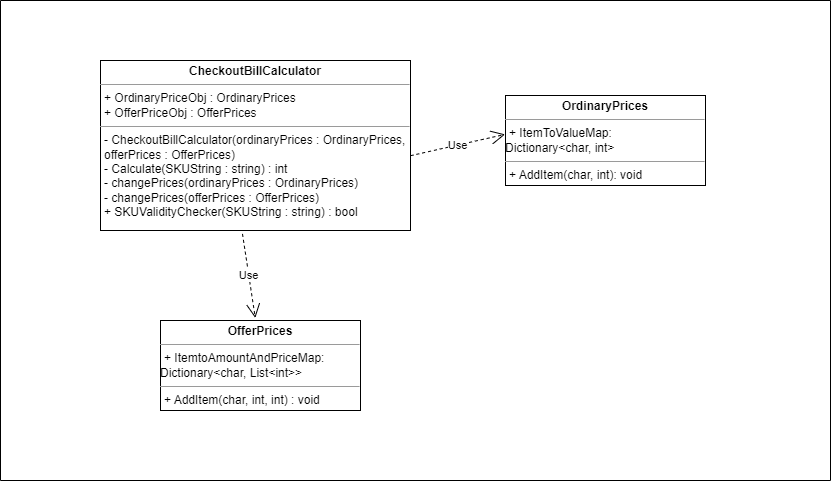
This is CheckoutSystemDesign.png from elementalneil/CheckoutSystem, a draw.io export, as it was before one commit. Source tidied: cells renumbered, new cells last; positions are measured from the earlier drawing's top-left corner, leaving out a move shared by most shapes. Its diagram source:
```xml
<mxGraphModel>
  <root>
    <mxCell id="0" />
    <mxCell id="1" parent="0" />
    <mxCell id="2" value="&lt;p style=&quot;margin:0px;margin-top:4px;text-align:center;&quot;&gt;&lt;b&gt;CheckoutBillCalculator&lt;/b&gt;&lt;/p&gt;&lt;hr size=&quot;1&quot;&gt;&lt;p style=&quot;margin:0px;margin-left:4px;&quot;&gt;+ OrdinaryPriceObj : OrdinaryPrices&lt;/p&gt;&lt;p style=&quot;margin:0px;margin-left:4px;&quot;&gt;+ OfferPriceObj : OfferPrices&lt;/p&gt;&lt;hr size=&quot;1&quot;&gt;&lt;p style=&quot;margin:0px;margin-left:4px;&quot;&gt;- CheckoutBillCalculator(ordinaryPrices : OrdinaryPrices, offerPrices : OfferPrices)&lt;/p&gt;&lt;p style=&quot;margin:0px;margin-left:4px;&quot;&gt;- Calculate(SKUString : string) : int&lt;/p&gt;&lt;p style=&quot;margin:0px;margin-left:4px;&quot;&gt;- changePrices(ordinaryPrices : OrdinaryPrices)&lt;/p&gt;&lt;p style=&quot;margin:0px;margin-left:4px;&quot;&gt;- changePrices(offerPrices : OfferPrices)&lt;/p&gt;&lt;p style=&quot;margin:0px;margin-left:4px;&quot;&gt;+ SKUValidityChecker(SKUString : string) : bool&lt;/p&gt;" style="verticalAlign=top;align=left;overflow=fill;fontSize=12;fontFamily=Helvetica;html=1;whiteSpace=wrap;" parent="1" vertex="1">
      <mxGeometry x="100" y="60" width="310" height="170" as="geometry" />
    </mxCell>
    <mxCell id="3" value="&lt;p style=&quot;margin:0px;margin-top:4px;text-align:center;&quot;&gt;&lt;b&gt;OrdinaryPrices&lt;/b&gt;&lt;/p&gt;&lt;hr size=&quot;1&quot;&gt;&lt;p style=&quot;border-color: var(--border-color); margin: 0px 0px 0px 4px;&quot;&gt;+ ItemToValueMap:&lt;/p&gt;Dictionary&amp;lt;char, int&amp;gt;&lt;p style=&quot;margin:0px;margin-left:4px;&quot;&gt;&lt;/p&gt;&lt;hr size=&quot;1&quot;&gt;&lt;p style=&quot;margin:0px;margin-left:4px;&quot;&gt;+ AddItem(char, int): void&lt;/p&gt;" style="verticalAlign=top;align=left;overflow=fill;fontSize=12;fontFamily=Helvetica;html=1;whiteSpace=wrap;" parent="1" vertex="1">
      <mxGeometry x="505" y="95" width="200" height="90" as="geometry" />
    </mxCell>
    <mxCell id="4" value="&lt;p style=&quot;margin:0px;margin-top:4px;text-align:center;&quot;&gt;&lt;b&gt;OfferPrices&lt;/b&gt;&lt;/p&gt;&lt;hr size=&quot;1&quot;&gt;&lt;p style=&quot;border-color: var(--border-color); margin: 0px 0px 0px 4px;&quot;&gt;+ ItemtoAmountAndPriceMap:&lt;/p&gt;Dictionary&amp;lt;char, List&amp;lt;int&amp;gt;&amp;gt;&lt;p style=&quot;margin:0px;margin-left:4px;&quot;&gt;&lt;/p&gt;&lt;hr size=&quot;1&quot;&gt;&lt;p style=&quot;margin:0px;margin-left:4px;&quot;&gt;+ AddItem(char, int, int) : void&lt;/p&gt;" style="verticalAlign=top;align=left;overflow=fill;fontSize=12;fontFamily=Helvetica;html=1;whiteSpace=wrap;" parent="1" vertex="1">
      <mxGeometry x="160" y="320" width="200" height="90" as="geometry" />
    </mxCell>
    <mxCell id="5" value="Use" style="endArrow=open;endSize=12;dashed=1;html=1;rounded=0;exitX=0.458;exitY=1.02;exitDx=0;exitDy=0;exitPerimeter=0;entryX=0.474;entryY=-0.028;entryDx=0;entryDy=0;entryPerimeter=0;" parent="1" edge="1" source="2" target="4">
      <mxGeometry relative="1" as="geometry" />
    </mxCell>
    <mxCell id="6" value="Use" style="endArrow=open;endSize=12;dashed=1;html=1;rounded=0;exitX=1;exitY=0.56;exitDx=0;exitDy=0;exitPerimeter=0;entryX=-0.002;entryY=0.432;entryDx=0;entryDy=0;entryPerimeter=0;" parent="1" edge="1" source="2" target="3">
      <mxGeometry relative="1" as="geometry" />
    </mxCell>
    <mxCell id="7" style="swimlane;startSize=0;" parent="1" vertex="1">
      <mxGeometry width="830" height="480" as="geometry" />
    </mxCell>
  </root>
</mxGraphModel>
```
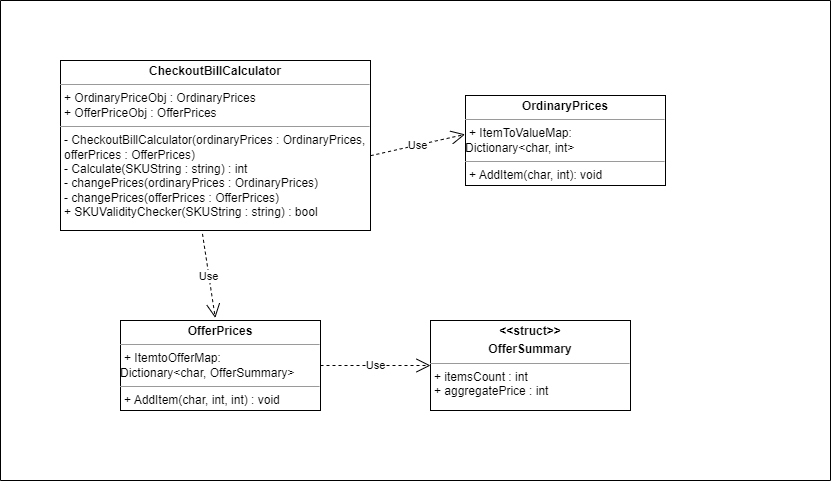
Later version of the same file.

Commit message:
Updated Design Diagram

Diff of the diagram source:
```diff
@@ -8,7 +8,7 @@
     <mxCell id="3" value="&lt;p style=&quot;margin:0px;margin-top:4px;text-align:center;&quot;&gt;&lt;b&gt;OrdinaryPrices&lt;/b&gt;&lt;/p&gt;&lt;hr size=&quot;1&quot;&gt;&lt;p style=&quot;border-color: var(--border-color); margin: 0px 0px 0px 4px;&quot;&gt;+ ItemToValueMap:&lt;/p&gt;Dictionary&amp;lt;char, int&amp;gt;&lt;p style=&quot;margin:0px;margin-left:4px;&quot;&gt;&lt;/p&gt;&lt;hr size=&quot;1&quot;&gt;&lt;p style=&quot;margin:0px;margin-left:4px;&quot;&gt;+ AddItem(char, int): void&lt;/p&gt;" style="verticalAlign=top;align=left;overflow=fill;fontSize=12;fontFamily=Helvetica;html=1;whiteSpace=wrap;" parent="1" vertex="1">
       <mxGeometry x="505" y="95" width="200" height="90" as="geometry" />
     </mxCell>
-    <mxCell id="4" value="&lt;p style=&quot;margin:0px;margin-top:4px;text-align:center;&quot;&gt;&lt;b&gt;OfferPrices&lt;/b&gt;&lt;/p&gt;&lt;hr size=&quot;1&quot;&gt;&lt;p style=&quot;border-color: var(--border-color); margin: 0px 0px 0px 4px;&quot;&gt;+ ItemtoAmountAndPriceMap:&lt;/p&gt;Dictionary&amp;lt;char, List&amp;lt;int&amp;gt;&amp;gt;&lt;p style=&quot;margin:0px;margin-left:4px;&quot;&gt;&lt;/p&gt;&lt;hr size=&quot;1&quot;&gt;&lt;p style=&quot;margin:0px;margin-left:4px;&quot;&gt;+ AddItem(char, int, int) : void&lt;/p&gt;" style="verticalAlign=top;align=left;overflow=fill;fontSize=12;fontFamily=Helvetica;html=1;whiteSpace=wrap;" parent="1" vertex="1">
+    <mxCell id="4" value="&lt;p style=&quot;margin:0px;margin-top:4px;text-align:center;&quot;&gt;&lt;b&gt;OfferPrices&lt;/b&gt;&lt;/p&gt;&lt;hr size=&quot;1&quot;&gt;&lt;p style=&quot;border-color: var(--border-color); margin: 0px 0px 0px 4px;&quot;&gt;+ ItemtoOfferMap:&lt;/p&gt;Dictionary&amp;lt;char, OfferSummary&amp;gt;&lt;p style=&quot;margin:0px;margin-left:4px;&quot;&gt;&lt;/p&gt;&lt;hr size=&quot;1&quot;&gt;&lt;p style=&quot;margin:0px;margin-left:4px;&quot;&gt;+ AddItem(char, int, int) : void&lt;/p&gt;" style="verticalAlign=top;align=left;overflow=fill;fontSize=12;fontFamily=Helvetica;html=1;whiteSpace=wrap;" parent="1" vertex="1">
       <mxGeometry x="160" y="320" width="200" height="90" as="geometry" />
     </mxCell>
     <mxCell id="5" value="Use" style="endArrow=open;endSize=12;dashed=1;html=1;rounded=0;exitX=0.458;exitY=1.02;exitDx=0;exitDy=0;exitPerimeter=0;entryX=0.474;entryY=-0.028;entryDx=0;entryDy=0;entryPerimeter=0;" parent="1" edge="1" source="2" target="4">
@@ -18,7 +18,13 @@
       <mxGeometry relative="1" as="geometry" />
     </mxCell>
     <mxCell id="7" style="swimlane;startSize=0;" parent="1" vertex="1">
-      <mxGeometry width="830" height="480" as="geometry" />
+      <mxGeometry x="40" width="830" height="480" as="geometry" />
     </mxCell>
+    <mxCell id="8" value="&lt;p style=&quot;margin:0px;margin-top:4px;text-align:center;&quot;&gt;&lt;b&gt;&amp;lt;&amp;lt;struct&amp;gt;&amp;gt;&lt;/b&gt;&lt;/p&gt;&lt;p style=&quot;margin:0px;margin-top:4px;text-align:center;&quot;&gt;&lt;b&gt;OfferSummary&lt;/b&gt;&lt;/p&gt;&lt;hr size=&quot;1&quot;&gt;&lt;p style=&quot;border-color: var(--border-color); margin: 0px 0px 0px 4px;&quot;&gt;+ itemsCount : int&lt;/p&gt;&lt;p style=&quot;border-color: var(--border-color); margin: 0px 0px 0px 4px;&quot;&gt;+ aggregatePrice : int&lt;/p&gt;" style="verticalAlign=top;align=left;overflow=fill;fontSize=12;fontFamily=Helvetica;html=1;whiteSpace=wrap;" parent="7" vertex="1">
+      <mxGeometry x="430" y="320" width="200" height="90" as="geometry" />
+    </mxCell>
+    <mxCell id="9" value="Use" style="endArrow=open;endSize=12;dashed=1;html=1;rounded=0;exitX=1;exitY=0.5;exitDx=0;exitDy=0;entryX=0;entryY=0.5;entryDx=0;entryDy=0;" parent="1" edge="1" source="4" target="8">
+      <mxGeometry relative="1" as="geometry" />
+    </mxCell>
   </root>
 </mxGraphModel>
```
